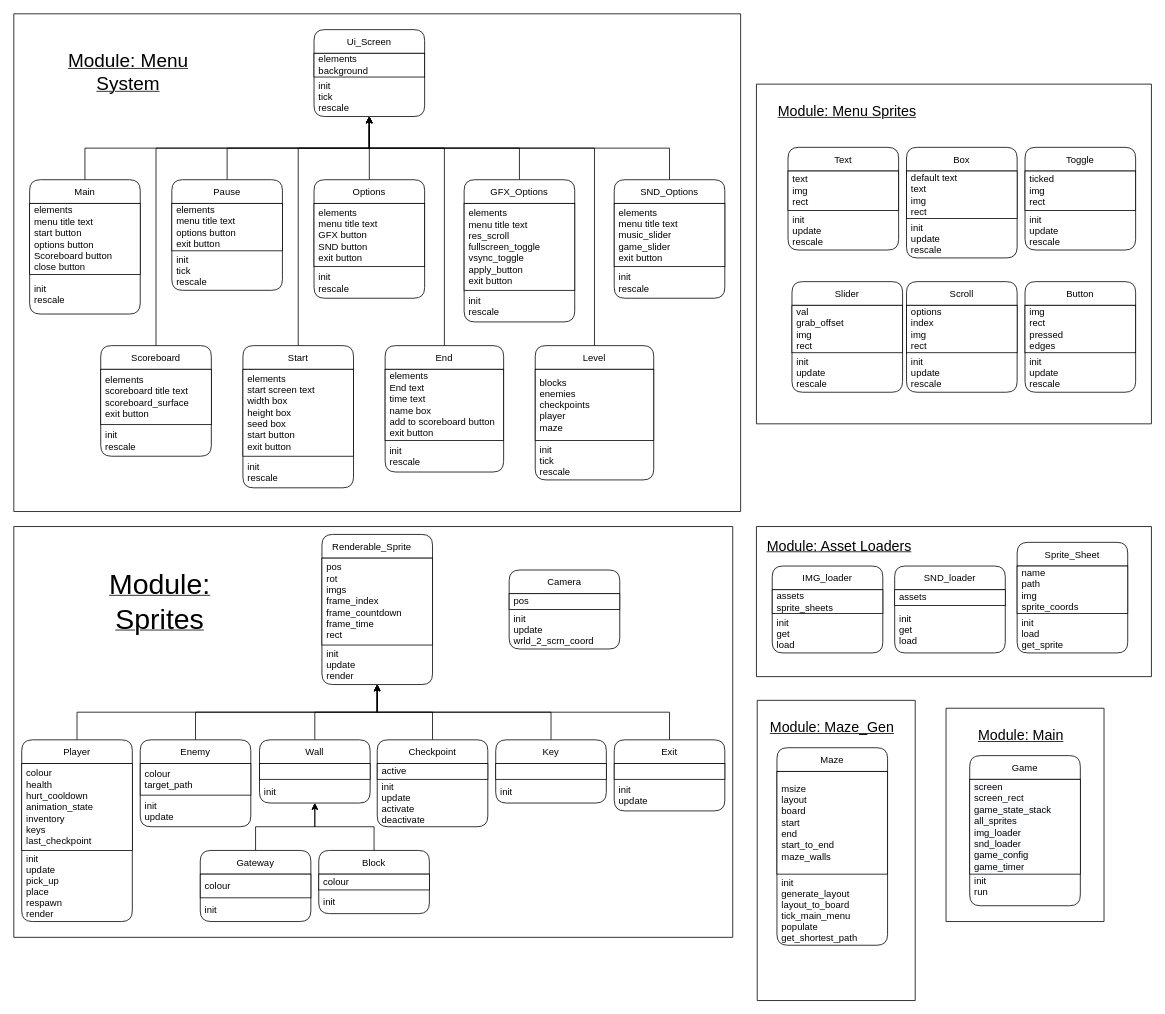
Earlier version of the draw.io diagram class diagrams.drawio (Scaniox/H446-programming-project). Source tidied: cells renumbered, new cells numbered last; positions are measured from the earlier drawing's top-left corner, leaving out a move shared by most shapes. Both pictures are drawn from the tidied source at 79%, with x=0, y=0 at pixel (13, 13).
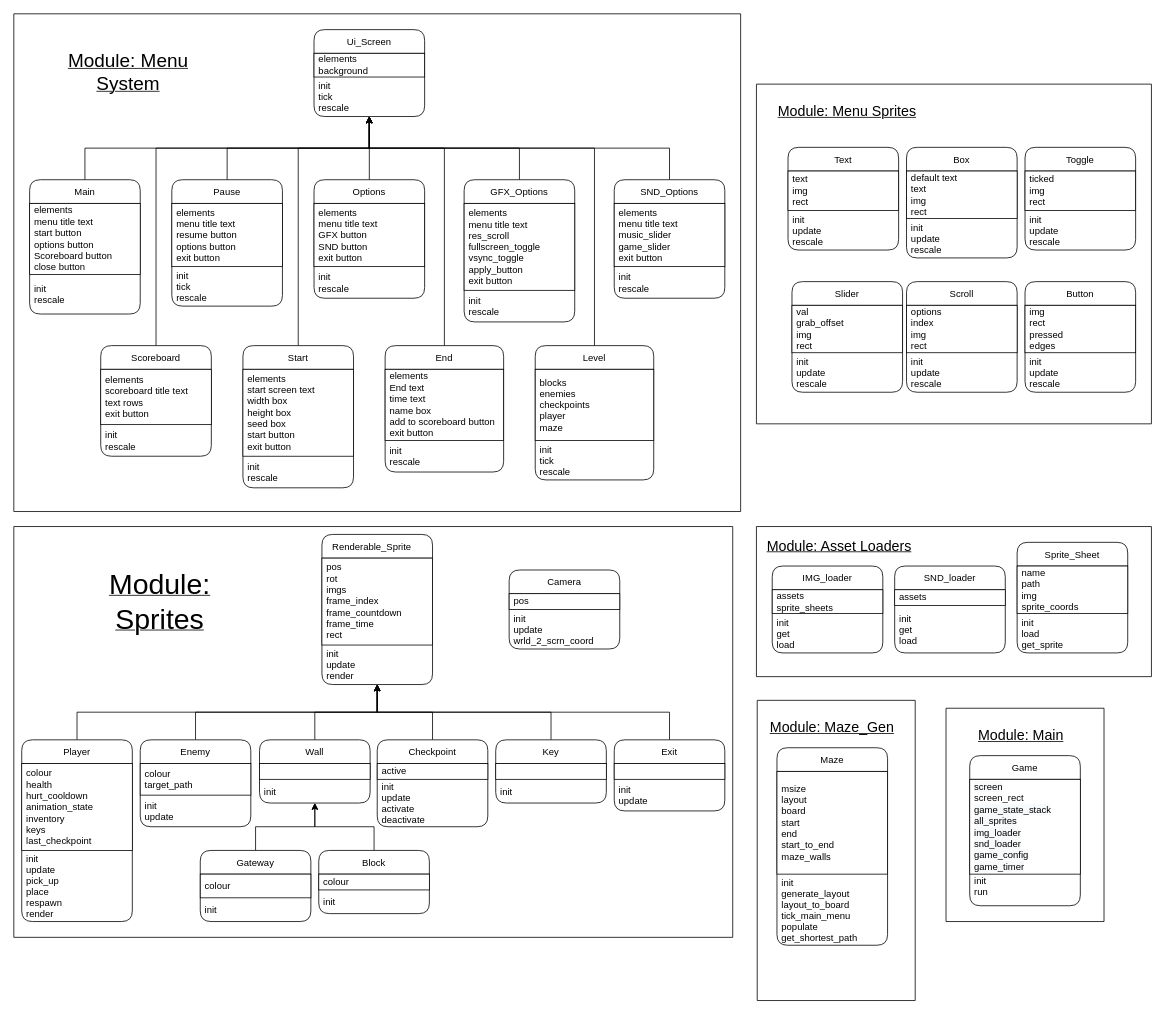
The same diagram, later.

Commit message (it also covers changes not shown here):
design - menu system - 18 01 22

Unchanged cells that the change refers to:
```xml
<mxCell id="63" style="swimlane;startSize=0;fontSize=36;" parent="1" vertex="1">
  <mxGeometry width="920" height="630" as="geometry" />
</mxCell>
<mxCell id="86" value="Scoreboard" style="swimlane;fontStyle=0;horizontal=1;startSize=30;rounded=1;" parent="63" vertex="1">
  <mxGeometry x="110" y="420" width="140" height="140" as="geometry" />
</mxCell>
```

What changed in the source:
```diff
@@
     <mxCell id="70" value="Pause" style="swimlane;fontStyle=0;horizontal=1;startSize=30;rounded=1;" parent="63" vertex="1">
-      <mxGeometry x="200" y="210" width="140" height="140" as="geometry" />
+      <mxGeometry x="200" y="210" width="140" height="160" as="geometry" />
     </mxCell>
-    <mxCell id="71" value="elements&lt;br&gt;menu title text&lt;br&gt;options button&lt;br&gt;exit button" style="rounded=0;whiteSpace=wrap;html=1;align=left;spacingLeft=4;" parent="70" vertex="1">
-      <mxGeometry y="30" width="140" height="60" as="geometry" />
+    <mxCell id="71" value="elements&lt;br&gt;menu title text&lt;br&gt;resume button&lt;br&gt;options button&lt;br&gt;exit button" style="rounded=0;whiteSpace=wrap;html=1;align=left;spacingLeft=4;" parent="70" vertex="1">
+      <mxGeometry y="30" width="140" height="80" as="geometry" />
     </mxCell>
     <mxCell id="72" value="init&#10;tick&#10;rescale" style="text;strokeColor=none;fillColor=none;align=left;verticalAlign=middle;spacingLeft=4;spacingRight=4;overflow=hidden;" parent="70" vertex="1">
-      <mxGeometry y="90" width="140" height="50" as="geometry" />
+      <mxGeometry y="110" width="140" height="50" as="geometry" />
     </mxCell>
@@
-    <mxCell id="87" value="elements&lt;br&gt;scoreboard title text&lt;br&gt;scoreboard_surface&lt;br&gt;exit button" style="rounded=0;whiteSpace=wrap;html=1;align=left;spacingLeft=4;" parent="86" vertex="1">
+    <mxCell id="87" value="elements&lt;br&gt;scoreboard title text&lt;br&gt;text rows&lt;br&gt;exit button" style="rounded=0;whiteSpace=wrap;html=1;align=left;spacingLeft=4;" parent="86" vertex="1">
       <mxGeometry y="30" width="140" height="70" as="geometry" />
     </mxCell>
```
